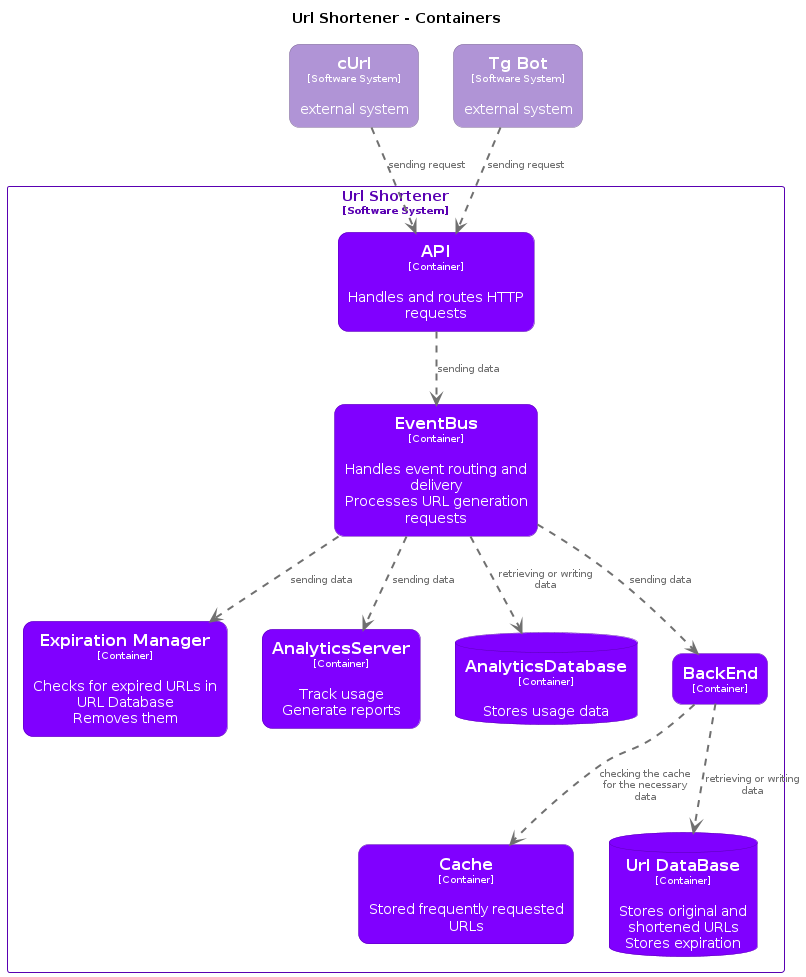
neojelll/url-shortener keeps this PlantUML diagram as architecture/diagrams/structurizr-Container-001.png. Above is the earlier version.
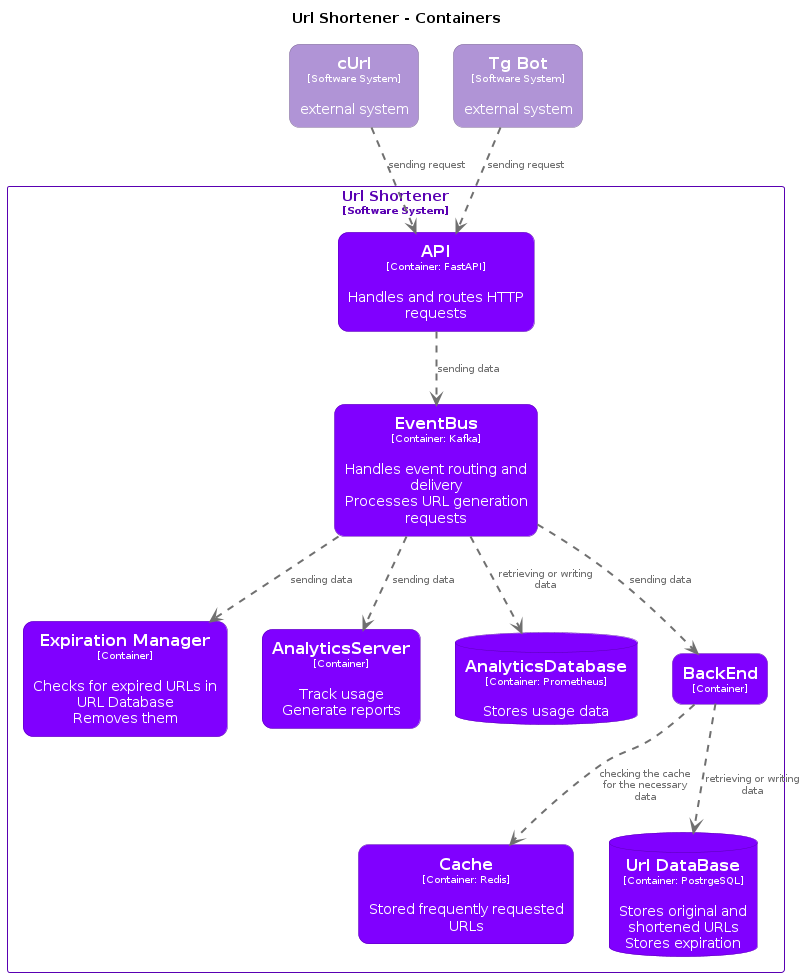
After the commit.

Commit message:
chores(C4 diagrams): Update Structurizr diagrams

Diff of the diagram source:
```diff
@@ -91,13 +91,13 @@
 rectangle "==Tg Bot\n<size:10>[Software System]</size>\n\nexternal system" <<TgBot>> as TgBot
 
 rectangle "Url Shortener\n<size:10>[Software System]</size>" <<UrlShortener>> {
-  rectangle "==Cache\n<size:10>[Container]</size>\n\nStored frequently requested URLs" <<UrlShortener.Cache>> as UrlShortener.Cache
-  database "==Url DataBase\n<size:10>[Container]</size>\n\nStores original and shortened URLs\nStores expiration" <<UrlShortener.UrlDataBase>> as UrlShortener.UrlDataBase
+  rectangle "==Cache\n<size:10>[Container: Redis]</size>\n\nStored frequently requested URLs" <<UrlShortener.Cache>> as UrlShortener.Cache
+  database "==Url DataBase\n<size:10>[Container: PostrgeSQL]</size>\n\nStores original and shortened URLs\nStores expiration" <<UrlShortener.UrlDataBase>> as UrlShortener.UrlDataBase
   rectangle "==Expiration Manager\n<size:10>[Container]</size>\n\nChecks for expired URLs in URL Database\nRemoves them" <<UrlShortener.ExpirationManager>> as UrlShortener.ExpirationManager
-  rectangle "==API\n<size:10>[Container]</size>\n\nHandles and routes HTTP requests" <<UrlShortener.API>> as UrlShortener.API
-  rectangle "==EventBus\n<size:10>[Container]</size>\n\nHandles event routing and delivery\nProcesses URL generation requests" <<UrlShortener.EventBus>> as UrlShortener.EventBus
+  rectangle "==API\n<size:10>[Container: FastAPI]</size>\n\nHandles and routes HTTP requests" <<UrlShortener.API>> as UrlShortener.API
+  rectangle "==EventBus\n<size:10>[Container: Kafka]</size>\n\nHandles event routing and delivery\nProcesses URL generation requests" <<UrlShortener.EventBus>> as UrlShortener.EventBus
   rectangle "==AnalyticsServer\n<size:10>[Container]</size>\n\nTrack usage\nGenerate reports" <<UrlShortener.AnalyticsServer>> as UrlShortener.AnalyticsServer
-  database "==AnalyticsDatabase\n<size:10>[Container]</size>\n\nStores usage data" <<UrlShortener.AnalyticsDatabase>> as UrlShortener.AnalyticsDatabase
+  database "==AnalyticsDatabase\n<size:10>[Container: Prometheus]</size>\n\nStores usage data" <<UrlShortener.AnalyticsDatabase>> as UrlShortener.AnalyticsDatabase
   rectangle "==BackEnd\n<size:10>[Container]</size>" <<UrlShortener.BackEnd>> as UrlShortener.BackEnd
 }
 
```
